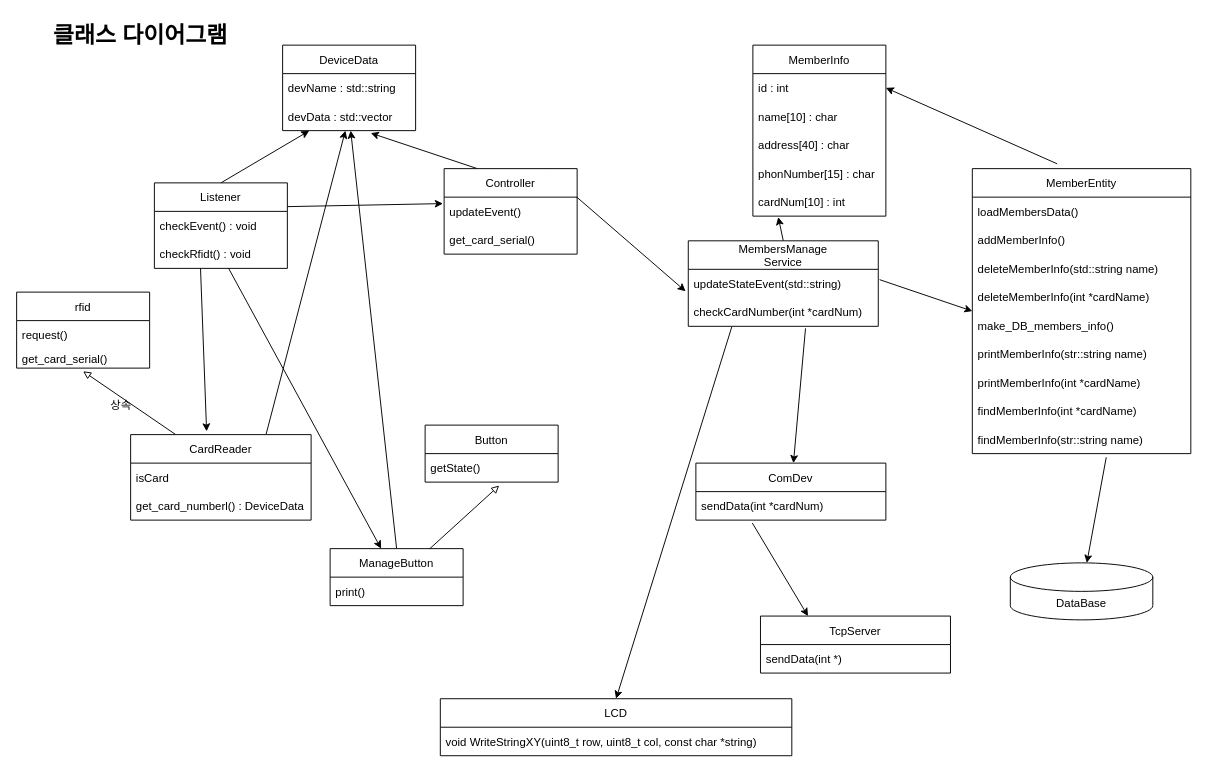
The draw.io diagram sw architecture design.drawio in 316415/GolfMembershipManage_Search, before the edit. Source tidied: cells renumbered, new cells numbered last; positions are measured from the earlier drawing's top-left corner, leaving out a move shared by most shapes. Both pictures are drawn from the tidied source at 95%, with x=0, y=0 at pixel (16, 16).
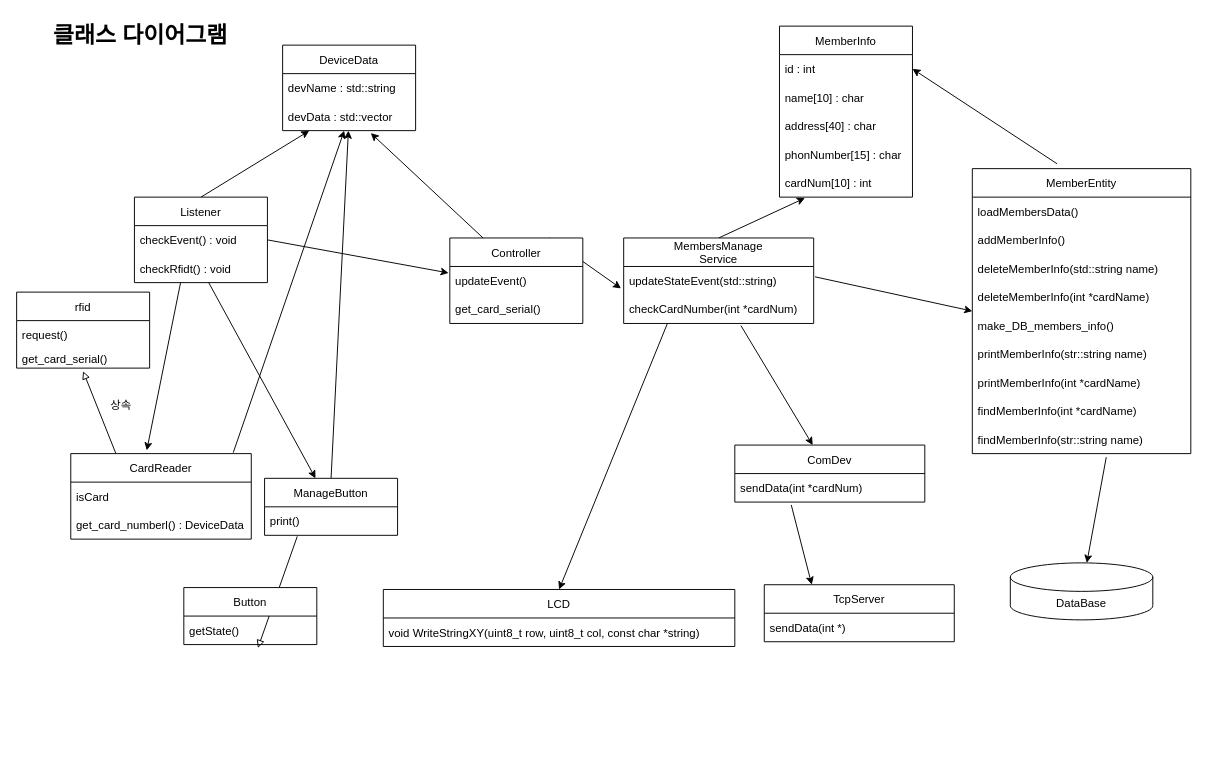
The same diagram, later.

The change refers to these unchanged cells:
```xml
<mxCell id="4" value="checkEvent() : void" style="text;strokeColor=none;fillColor=none;align=left;verticalAlign=middle;spacingLeft=4;spacingRight=4;overflow=hidden;points=[[0,0.5],[1,0.5]];portConstraint=eastwest;" parent="3" vertex="1">
  <mxGeometry y="30" width="140" height="30" as="geometry" />
</mxCell>
<mxCell id="16" value="updateEvent()" style="text;strokeColor=none;fillColor=none;align=left;verticalAlign=middle;spacingLeft=4;spacingRight=4;overflow=hidden;points=[[0,0.5],[1,0.5]];portConstraint=eastwest;" parent="15" vertex="1">
  <mxGeometry y="30" width="140" height="30" as="geometry" />
</mxCell>
<mxCell id="21" value="devData : std::vector" style="text;strokeColor=none;fillColor=none;align=left;verticalAlign=middle;spacingLeft=4;spacingRight=4;overflow=hidden;points=[[0,0.5],[1,0.5]];portConstraint=eastwest;" parent="19" vertex="1">
  <mxGeometry y="60" width="140" height="30" as="geometry" />
</mxCell>
<mxCell id="56" value="print()" style="text;strokeColor=none;fillColor=none;align=left;verticalAlign=middle;spacingLeft=4;spacingRight=4;overflow=hidden;points=[[0,0.5],[1,0.5]];portConstraint=eastwest;" parent="55" vertex="1">
  <mxGeometry y="30" width="140" height="30" as="geometry" />
</mxCell>
<mxCell id="60" value="getState()" style="text;strokeColor=none;fillColor=none;align=left;verticalAlign=middle;spacingLeft=4;spacingRight=4;overflow=hidden;points=[[0,0.5],[1,0.5]];portConstraint=eastwest;" parent="59" vertex="1">
  <mxGeometry y="30" width="140" height="30" as="geometry" />
</mxCell>
```

Change to the diagram source:
```diff
@@
     <mxCell id="3" value="Listener" style="swimlane;fontStyle=0;horizontal=1;startSize=30;" parent="1" vertex="1">
-      <mxGeometry x="145" y="175" width="140" height="90" as="geometry" />
+      <mxGeometry x="124" y="190" width="140" height="90" as="geometry" />
     </mxCell>
@@
     <mxCell id="9" value="LCD" style="swimlane;fontStyle=0;horizontal=1;startSize=30;" parent="1" vertex="1">
-      <mxGeometry x="446" y="718" width="370" height="60" as="geometry" />
+      <mxGeometry x="386" y="603" width="370" height="60" as="geometry" />
     </mxCell>
@@
-    <mxCell id="11" style="endArrow=classic;html=1;exitX=1;exitY=0.5;exitDx=0;exitDy=0;rounded=0;entryX=-0.009;entryY=0.227;entryDx=0;entryDy=0;entryPerimeter=0;" parent="1" edge="1" target="16">
-      <mxGeometry relative="1" as="geometry">
-        <mxPoint x="285" y="200" as="sourcePoint" />
-      </mxGeometry>
+    <mxCell id="11" style="endArrow=classic;html=1;exitX=1;exitY=0.5;exitDx=0;exitDy=0;rounded=0;entryX=-0.009;entryY=0.227;entryDx=0;entryDy=0;entryPerimeter=0;" parent="1" edge="1" source="4" target="16">
+      <mxGeometry relative="1" as="geometry" />
     </mxCell>
@@
     <mxCell id="15" value="Controller" style="swimlane;fontStyle=0;horizontal=1;startSize=30;" parent="1" vertex="1">
-      <mxGeometry x="450" y="160" width="140" height="90" as="geometry" />
+      <mxGeometry x="456" y="233" width="140" height="90" as="geometry" />
     </mxCell>
@@
-    <mxCell id="24" style="edgeStyle=none;html=1;exitX=0.75;exitY=0;exitDx=0;exitDy=0;endArrow=classic;endFill=1;" parent="1" edge="1" source="25" target="21">
-      <mxGeometry relative="1" as="geometry" />
+    <mxCell id="24" style="edgeStyle=none;html=1;endArrow=classic;endFill=1;" parent="1" edge="1" target="21">
+      <mxGeometry relative="1" as="geometry">
+        <mxPoint x="228" y="459" as="sourcePoint" />
+      </mxGeometry>
     </mxCell>
     <mxCell id="25" value="CardReader" style="swimlane;fontStyle=0;horizontal=1;startSize=30;" parent="1" vertex="1">
-      <mxGeometry x="120" y="440" width="190" height="90" as="geometry" />
+      <mxGeometry x="57" y="460" width="190" height="90" as="geometry" />
     </mxCell>
@@
     <mxCell id="31" value="MemberInfo" style="swimlane;fontStyle=0;horizontal=1;startSize=30;" parent="1" vertex="1">
-      <mxGeometry x="775" y="30" width="140" height="180" as="geometry" />
+      <mxGeometry x="803" y="10" width="140" height="180" as="geometry" />
     </mxCell>
@@
     <mxCell id="40" value="MembersManage&#10;Service" style="swimlane;fontStyle=0;horizontal=1;startSize=30;" parent="1" vertex="1">
-      <mxGeometry x="707" y="236" width="200" height="90" as="geometry" />
+      <mxGeometry x="639" y="233" width="200" height="90" as="geometry" />
     </mxCell>
@@
     <mxCell id="55" value="ManageButton" style="swimlane;fontStyle=0;horizontal=1;startSize=30;" parent="1" vertex="1">
-      <mxGeometry x="330" y="560" width="140" height="60" as="geometry" />
+      <mxGeometry x="261" y="486" width="140" height="60" as="geometry" />
     </mxCell>
@@
-    <mxCell id="58" style="edgeStyle=none;html=1;exitX=0.75;exitY=0;exitDx=0;exitDy=0;endArrow=block;endFill=0;entryX=0.557;entryY=1.12;entryDx=0;entryDy=0;entryPerimeter=0;" parent="1" edge="1" source="55" target="60">
+    <mxCell id="58" style="edgeStyle=none;html=1;exitX=0.246;exitY=1.036;exitDx=0;exitDy=0;endArrow=block;endFill=0;entryX=0.557;entryY=1.12;entryDx=0;entryDy=0;entryPerimeter=0;exitPerimeter=0;" parent="1" edge="1" source="56" target="60">
       <mxGeometry relative="1" as="geometry" />
     </mxCell>
     <mxCell id="59" value="Button" style="swimlane;fontStyle=0;horizontal=1;startSize=30;" parent="1" vertex="1">
-      <mxGeometry x="430" y="430" width="140" height="60" as="geometry" />
+      <mxGeometry x="176" y="601" width="140" height="60" as="geometry" />
     </mxCell>
@@
     <mxCell id="62" value="ComDev" style="swimlane;fontStyle=0;horizontal=1;startSize=30;" parent="1" vertex="1">
-      <mxGeometry x="715" y="470" width="200" height="60" as="geometry" />
+      <mxGeometry x="756" y="451" width="200" height="60" as="geometry" />
     </mxCell>
@@
     <mxCell id="64" value="TcpServer" style="swimlane;fontStyle=0;horizontal=1;startSize=30;" parent="1" vertex="1">
-      <mxGeometry x="783" y="631" width="200" height="60" as="geometry" />
+      <mxGeometry x="787" y="598" width="200" height="60" as="geometry" />
     </mxCell>
```
